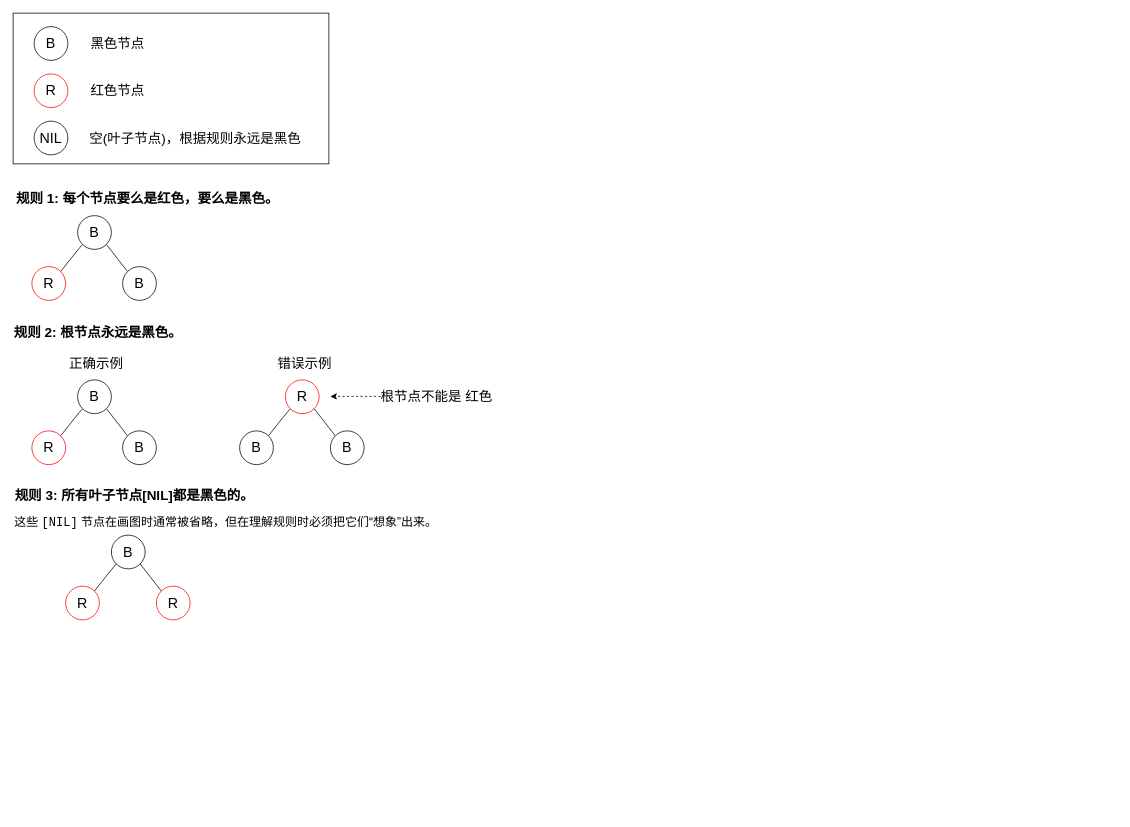
Before: facedraw.drawio in xiaodongYao/DrawIO, a draw.io diagram. Source tidied: cells renumbered, new cells numbered last; positions are measured from the earlier drawing's top-left corner, leaving out a move shared by most shapes. Both pictures are drawn from the tidied source at 75%, with x=0, y=0 at pixel (13, 13).
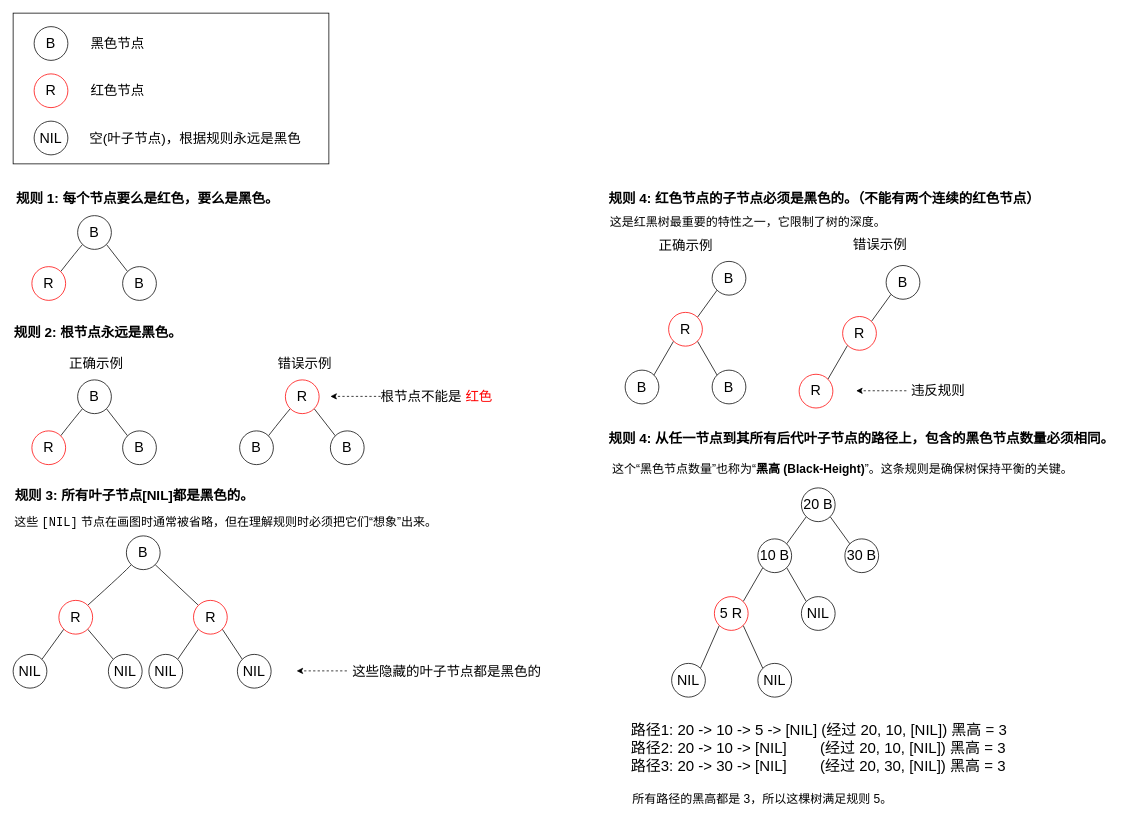
The same diagram, later.

Change to the diagram source:
```diff
@@
-    <mxCell id="28" value="根节点不能是 红色" style="text;html=1;align=center;verticalAlign=middle;whiteSpace=wrap;rounded=0;fontSize=18;" parent="1" vertex="1">
+    <mxCell id="28" value="根节点不能是 &lt;font style=&quot;color: light-dark(rgb(255, 0, 0), rgb(237, 237, 237));&quot;&gt;红色&lt;/font&gt;" style="text;html=1;align=center;verticalAlign=middle;whiteSpace=wrap;rounded=0;fontSize=18;" parent="1" vertex="1">
       <mxGeometry x="480" y="496.5" width="170" height="30" as="geometry" />
     </mxCell>
@@
     <mxCell id="32" style="rounded=0;jettySize=auto;html=1;exitX=0;exitY=1;exitDx=0;exitDy=0;entryX=1;entryY=0;entryDx=0;entryDy=0;curved=1;strokeColor=default;fillColor=default;endArrow=none;endFill=0;" parent="1" edge="1" source="34" target="35">
       <mxGeometry relative="1" as="geometry">
         <Array as="points">
-          <mxPoint x="130" y="743" />
+          <mxPoint x="150" y="744" />
         </Array>
       </mxGeometry>
     </mxCell>
@@
     <mxCell id="34" value="B" style="ellipse;whiteSpace=wrap;html=1;fontSize=19;" parent="1" vertex="1">
-      <mxGeometry x="131" y="696" width="45" height="45" as="geometry" />
+      <mxGeometry x="151" y="697" width="45" height="45" as="geometry" />
     </mxCell>
+    <mxCell id="37" style="rounded=0;jettySize=auto;html=1;exitX=0;exitY=1;exitDx=0;exitDy=0;entryX=1;entryY=0;entryDx=0;entryDy=0;endArrow=none;endFill=0;" parent="1" edge="1" source="35" target="41">
+      <mxGeometry relative="1" as="geometry" />
+    </mxCell>
+    <mxCell id="38" style="rounded=0;jettySize=auto;html=1;exitX=1;exitY=1;exitDx=0;exitDy=0;entryX=0;entryY=0;entryDx=0;entryDy=0;endArrow=none;endFill=0;" parent="1" edge="1" source="35" target="42">
+      <mxGeometry relative="1" as="geometry" />
+    </mxCell>
     <mxCell id="35" value="R" style="ellipse;whiteSpace=wrap;html=1;fontSize=19;strokeColor=light-dark(#ff0000, #ededed);" parent="1" vertex="1">
-      <mxGeometry x="70" y="764" width="45" height="45" as="geometry" />
+      <mxGeometry x="61" y="783" width="45" height="45" as="geometry" />
     </mxCell>
+    <mxCell id="39" style="rounded=0;jettySize=auto;html=1;exitX=0;exitY=1;exitDx=0;exitDy=0;entryX=1;entryY=0;entryDx=0;entryDy=0;endArrow=none;endFill=0;" parent="1" edge="1" source="36" target="43">
+      <mxGeometry relative="1" as="geometry" />
+    </mxCell>
+    <mxCell id="40" style="rounded=0;jettySize=auto;html=1;exitX=1;exitY=1;exitDx=0;exitDy=0;entryX=0;entryY=0;entryDx=0;entryDy=0;endArrow=none;endFill=0;" parent="1" edge="1" source="36" target="44">
+      <mxGeometry relative="1" as="geometry" />
+    </mxCell>
     <mxCell id="36" value="R" style="ellipse;whiteSpace=wrap;html=1;fontSize=19;strokeColor=light-dark(#ff0000, #ededed);" parent="1" vertex="1">
-      <mxGeometry x="191" y="764" width="45" height="45" as="geometry" />
+      <mxGeometry x="240.5" y="783" width="45" height="45" as="geometry" />
     </mxCell>
+    <mxCell id="41" value="NIL" style="ellipse;whiteSpace=wrap;html=1;fontSize=19;" parent="1" vertex="1">
+      <mxGeometry y="855" width="45" height="45" as="geometry" />
+    </mxCell>
+    <mxCell id="42" value="NIL" style="ellipse;whiteSpace=wrap;html=1;fontSize=19;" parent="1" vertex="1">
+      <mxGeometry x="127" y="855" width="45" height="45" as="geometry" />
+    </mxCell>
+    <mxCell id="43" value="NIL" style="ellipse;whiteSpace=wrap;html=1;fontSize=19;fontStyle=0;" parent="1" vertex="1">
+      <mxGeometry x="181" y="855" width="45" height="45" as="geometry" />
+    </mxCell>
+    <mxCell id="44" value="NIL" style="ellipse;whiteSpace=wrap;html=1;fontSize=19;fontStyle=0;" parent="1" vertex="1">
+      <mxGeometry x="299" y="855" width="45" height="45" as="geometry" />
+    </mxCell>
+    <mxCell id="45" value="这些隐藏的叶子节点都是黑色的" style="text;html=1;align=center;verticalAlign=middle;whiteSpace=wrap;rounded=0;fontSize=18;" parent="1" vertex="1">
+      <mxGeometry x="439" y="862.5" width="279" height="30" as="geometry" />
+    </mxCell>
+    <mxCell id="46" style="endArrow=classic;html=1;rounded=0;dashed=1;" parent="1" edge="1">
+      <mxGeometry relative="1" as="geometry">
+        <mxPoint x="445" y="877" as="sourcePoint" />
+        <mxPoint x="378" y="877" as="targetPoint" />
+      </mxGeometry>
+    </mxCell>
+    <mxCell id="47" value="规则 4: 红色节点的子节点必须是黑色的。（不能有两个连续的红色节点）" style="text;html=1;align=center;verticalAlign=middle;whiteSpace=wrap;rounded=0;fontSize=18;fontStyle=1;" parent="1" vertex="1">
+      <mxGeometry x="792" y="232" width="580" height="30" as="geometry" />
+    </mxCell>
+    <mxCell id="48" value="这是红黑树最重要的特性之一，它限制了树的深度。" style="text;whiteSpace=wrap;html=1;fontSize=16;" parent="1" vertex="1">
+      <mxGeometry x="794" y="262" width="370" height="26" as="geometry" />
+    </mxCell>
+    <mxCell id="49" value="正确示例" style="text;html=1;align=center;verticalAlign=middle;whiteSpace=wrap;rounded=0;fontSize=18;" parent="1" vertex="1">
+      <mxGeometry x="855.5" y="295" width="82" height="29" as="geometry" />
+    </mxCell>
+    <mxCell id="50" style="rounded=0;jettySize=auto;html=1;exitX=0;exitY=1;exitDx=0;exitDy=0;entryX=1;entryY=0;entryDx=0;entryDy=0;strokeColor=default;fillColor=default;endArrow=none;endFill=0;" parent="1" edge="1" source="51" target="54">
+      <mxGeometry relative="1" as="geometry" />
+    </mxCell>
+    <mxCell id="51" value="B" style="ellipse;whiteSpace=wrap;html=1;fontSize=19;" parent="1" vertex="1">
+      <mxGeometry x="932" y="331" width="45" height="45" as="geometry" />
+    </mxCell>
+    <mxCell id="52" style="rounded=0;jettySize=auto;html=1;exitX=0;exitY=1;exitDx=0;exitDy=0;entryX=1;entryY=0;entryDx=0;entryDy=0;endArrow=none;endFill=0;" parent="1" edge="1" source="54" target="55">
+      <mxGeometry relative="1" as="geometry" />
+    </mxCell>
+    <mxCell id="53" style="rounded=0;jettySize=auto;html=1;exitX=1;exitY=1;exitDx=0;exitDy=0;entryX=0;entryY=0;entryDx=0;entryDy=0;endArrow=none;endFill=0;" parent="1" edge="1" source="54" target="59">
+      <mxGeometry relative="1" as="geometry" />
+    </mxCell>
+    <mxCell id="54" value="R" style="ellipse;whiteSpace=wrap;html=1;fontSize=19;strokeColor=light-dark(#ff0000, #ededed);" parent="1" vertex="1">
+      <mxGeometry x="874" y="399" width="45" height="45" as="geometry" />
+    </mxCell>
+    <mxCell id="55" value="B" style="ellipse;whiteSpace=wrap;html=1;fontSize=19;" parent="1" vertex="1">
+      <mxGeometry x="816" y="476" width="45" height="45" as="geometry" />
+    </mxCell>
+    <mxCell id="56" value="错误示例" style="text;html=1;align=center;verticalAlign=middle;whiteSpace=wrap;rounded=0;fontSize=18;" parent="1" vertex="1">
+      <mxGeometry x="1115" y="295" width="82" height="28" as="geometry" />
+    </mxCell>
+    <mxCell id="57" value="违反规则" style="text;html=1;align=center;verticalAlign=middle;whiteSpace=wrap;rounded=0;fontSize=18;" parent="1" vertex="1">
+      <mxGeometry x="1181" y="489" width="105" height="30" as="geometry" />
+    </mxCell>
+    <mxCell id="58" style="endArrow=classic;html=1;rounded=0;dashed=1;" parent="1" edge="1">
+      <mxGeometry relative="1" as="geometry">
+        <mxPoint x="1191" y="503.5" as="sourcePoint" />
+        <mxPoint x="1124" y="503.5" as="targetPoint" />
+      </mxGeometry>
+    </mxCell>
+    <mxCell id="59" value="B" style="ellipse;whiteSpace=wrap;html=1;fontSize=19;" parent="1" vertex="1">
+      <mxGeometry x="932" y="476" width="45" height="45" as="geometry" />
+    </mxCell>
+    <mxCell id="60" style="rounded=0;jettySize=auto;html=1;exitX=0;exitY=1;exitDx=0;exitDy=0;entryX=1;entryY=0;entryDx=0;entryDy=0;strokeColor=default;fillColor=default;endArrow=none;endFill=0;" parent="1" edge="1" source="61" target="63">
+      <mxGeometry relative="1" as="geometry" />
+    </mxCell>
+    <mxCell id="61" value="B" style="ellipse;whiteSpace=wrap;html=1;fontSize=19;" parent="1" vertex="1">
+      <mxGeometry x="1164" y="336.5" width="45" height="45" as="geometry" />
+    </mxCell>
+    <mxCell id="62" style="rounded=0;jettySize=auto;html=1;exitX=0;exitY=1;exitDx=0;exitDy=0;entryX=1;entryY=0;entryDx=0;entryDy=0;endArrow=none;endFill=0;" parent="1" edge="1" source="63" target="64">
+      <mxGeometry relative="1" as="geometry" />
+    </mxCell>
+    <mxCell id="63" value="R" style="ellipse;whiteSpace=wrap;html=1;fontSize=19;strokeColor=light-dark(#ff0000, #ededed);" parent="1" vertex="1">
+      <mxGeometry x="1106" y="404.5" width="45" height="45" as="geometry" />
+    </mxCell>
+    <mxCell id="64" value="R" style="ellipse;whiteSpace=wrap;html=1;fontSize=19;strokeColor=light-dark(#ff0000, #ededed);" parent="1" vertex="1">
+      <mxGeometry x="1048" y="481.5" width="45" height="45" as="geometry" />
+    </mxCell>
+    <mxCell id="65" value="规则 4: 从任一节点到其所有后代叶子节点的路径上，包含的黑色节点数量必须相同。" style="text;html=1;align=center;verticalAlign=middle;whiteSpace=wrap;rounded=0;fontSize=18;fontStyle=1;" parent="1" vertex="1">
+      <mxGeometry x="792" y="553" width="679" height="30" as="geometry" />
+    </mxCell>
+    <mxCell id="66" value="这个“黑色节点数量”也称为“&lt;b&gt;黑高 (Black-Height)&lt;/b&gt;”。这条规则是确保树保持平衡的关键。" style="text;whiteSpace=wrap;html=1;fontSize=16;" parent="1" vertex="1">
+      <mxGeometry x="797" y="592" width="656" height="36" as="geometry" />
+    </mxCell>
+    <mxCell id="67" style="rounded=0;jettySize=auto;html=1;exitX=0;exitY=1;exitDx=0;exitDy=0;entryX=1;entryY=0;entryDx=0;entryDy=0;strokeColor=default;fillColor=default;endArrow=none;endFill=0;" parent="1" edge="1" source="69" target="72">
+      <mxGeometry relative="1" as="geometry" />
+    </mxCell>
+    <mxCell id="68" style="rounded=0;jettySize=auto;html=1;exitX=1;exitY=1;exitDx=0;exitDy=0;entryX=0;entryY=0;entryDx=0;entryDy=0;endArrow=none;endFill=0;" parent="1" edge="1" source="69" target="77">
+      <mxGeometry relative="1" as="geometry" />
+    </mxCell>
+    <mxCell id="69" value="20 B" style="ellipse;whiteSpace=wrap;html=1;fontSize=19;" parent="1" vertex="1">
+      <mxGeometry x="1051" y="633" width="45" height="45" as="geometry" />
+    </mxCell>
+    <mxCell id="70" style="rounded=0;jettySize=auto;html=1;exitX=0;exitY=1;exitDx=0;exitDy=0;entryX=1;entryY=0;entryDx=0;entryDy=0;endArrow=none;endFill=0;" parent="1" edge="1" source="72" target="75">
+      <mxGeometry relative="1" as="geometry" />
+    </mxCell>
+    <mxCell id="71" style="rounded=0;jettySize=auto;html=1;exitX=1;exitY=1;exitDx=0;exitDy=0;entryX=0;entryY=0;entryDx=0;entryDy=0;endArrow=none;endFill=0;" parent="1" edge="1" source="72" target="76">
+      <mxGeometry relative="1" as="geometry" />
+    </mxCell>
+    <mxCell id="72" value="10 B" style="ellipse;whiteSpace=wrap;html=1;fontSize=19;strokeColor=light-dark(#000000,#EDEDED);" parent="1" vertex="1">
+      <mxGeometry x="993" y="701" width="45" height="45" as="geometry" />
+    </mxCell>
+    <mxCell id="73" style="rounded=0;jettySize=auto;html=1;exitX=0;exitY=1;exitDx=0;exitDy=0;entryX=1;entryY=0;entryDx=0;entryDy=0;endArrow=none;endFill=0;" parent="1" edge="1" source="75" target="78">
+      <mxGeometry relative="1" as="geometry" />
+    </mxCell>
+    <mxCell id="74" style="rounded=0;jettySize=auto;html=1;exitX=1;exitY=1;exitDx=0;exitDy=0;entryX=0;entryY=0;entryDx=0;entryDy=0;endArrow=none;endFill=0;" parent="1" edge="1" source="75" target="79">
+      <mxGeometry relative="1" as="geometry" />
+    </mxCell>
+    <mxCell id="75" value="5 R" style="ellipse;whiteSpace=wrap;html=1;fontSize=19;strokeColor=light-dark(#ff0000, #ededed);" parent="1" vertex="1">
+      <mxGeometry x="935" y="778" width="45" height="45" as="geometry" />
+    </mxCell>
+    <mxCell id="76" value="NIL" style="ellipse;whiteSpace=wrap;html=1;fontSize=19;" parent="1" vertex="1">
+      <mxGeometry x="1051" y="778" width="45" height="45" as="geometry" />
+    </mxCell>
+    <mxCell id="77" value="30 B" style="ellipse;whiteSpace=wrap;html=1;fontSize=19;" parent="1" vertex="1">
+      <mxGeometry x="1109" y="701" width="45" height="45" as="geometry" />
+    </mxCell>
+    <mxCell id="78" value="NIL" style="ellipse;whiteSpace=wrap;html=1;fontSize=19;" parent="1" vertex="1">
+      <mxGeometry x="878" y="867" width="45" height="45" as="geometry" />
+    </mxCell>
+    <mxCell id="79" value="NIL" style="ellipse;whiteSpace=wrap;html=1;fontSize=19;" parent="1" vertex="1">
+      <mxGeometry x="993" y="867" width="45" height="45" as="geometry" />
+    </mxCell>
+    <mxCell id="80" value="路径1: 20 -&amp;gt; 10 -&amp;gt; 5 -&amp;gt; [NIL]   (经过 20, 10, [NIL])  黑高 = 3&lt;br&gt;路径2: 20 -&amp;gt; 10 -&amp;gt; [NIL]&amp;nbsp; &amp;nbsp; &amp;nbsp; &amp;nbsp; (经过 20, 10, [NIL])  黑高 = 3&lt;br&gt;路径3: 20 -&amp;gt; 30 -&amp;gt; [NIL]&amp;nbsp; &amp;nbsp; &amp;nbsp; &amp;nbsp; (经过 20, 30, [NIL])  黑高 = 3" style="text;whiteSpace=wrap;html=1;fontSize=20;" parent="1" vertex="1">
+      <mxGeometry x="822" y="937" width="566" height="99" as="geometry" />
+    </mxCell>
+    <mxCell id="81" value="所有路径的黑高都是 3，所以这棵树满足规则 5。" style="text;whiteSpace=wrap;html=1;fontSize=16;" parent="1" vertex="1">
+      <mxGeometry x="824" y="1032" width="394" height="36" as="geometry" />
+    </mxCell>
```
